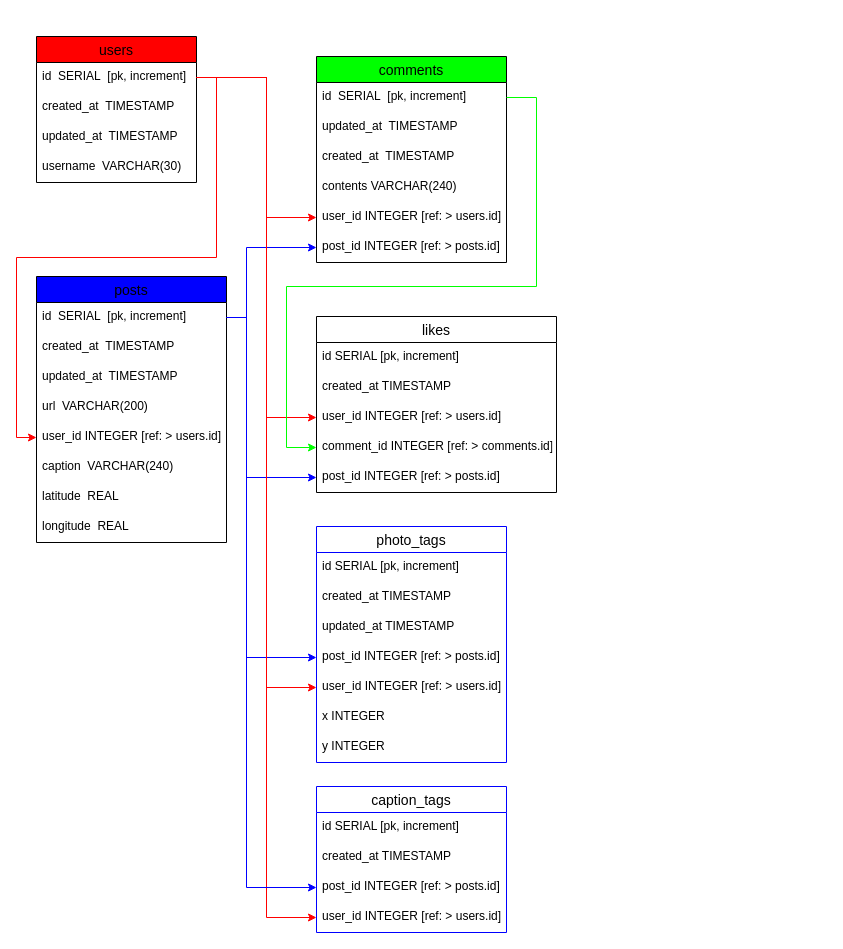
The draw.io diagram DB INSTA.drawio in louissaadgo/database-schema, before the edit. Source tidied: cells renumbered, new cells numbered last; positions are measured from the earlier drawing's top-left corner, leaving out a move shared by most shapes. Both pictures are drawn from the tidied source at 100%, with x=0, y=0 at pixel (36, 36).
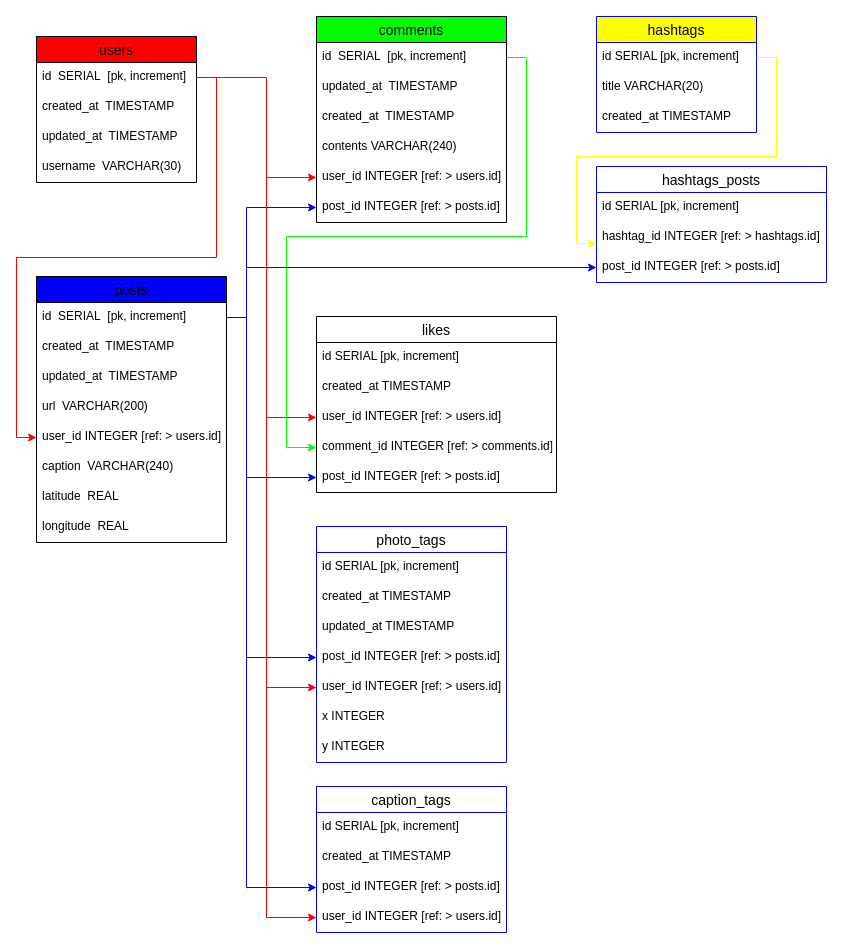
After the change.

Commit message:
added hashtags functionality

Unchanged cells that the change refers to:
```xml
<mxCell id="3" value="id  SERIAL  [pk, increment]" style="text;strokeColor=none;fillColor=none;spacingLeft=4;spacingRight=4;overflow=hidden;points=[[0,0.5],[1,0.5]];portConstraint=eastwest;fontSize=12;" parent="2" vertex="1">
  <mxGeometry y="26" width="160" height="30" as="geometry" />
</mxCell>
<mxCell id="8" value="id  SERIAL  [pk, increment]" style="text;strokeColor=none;fillColor=none;spacingLeft=4;spacingRight=4;overflow=hidden;points=[[0,0.5],[1,0.5]];portConstraint=eastwest;fontSize=12;" parent="7" vertex="1">
  <mxGeometry y="26" width="190" height="30" as="geometry" />
</mxCell>
<mxCell id="17" value="id  SERIAL  [pk, increment]" style="text;strokeColor=none;fillColor=none;spacingLeft=4;spacingRight=4;overflow=hidden;points=[[0,0.5],[1,0.5]];portConstraint=eastwest;fontSize=12;" parent="16" vertex="1">
  <mxGeometry y="26" width="190" height="30" as="geometry" />
</mxCell>
<mxCell id="21" value="user_id INTEGER [ref: &gt; users.id]" style="text;strokeColor=none;fillColor=none;spacingLeft=4;spacingRight=4;overflow=hidden;points=[[0,0.5],[1,0.5]];portConstraint=eastwest;fontSize=12;" parent="16" vertex="1">
  <mxGeometry y="146" width="190" height="30" as="geometry" />
</mxCell>
<mxCell id="22" value="post_id INTEGER [ref: &gt; posts.id]" style="text;strokeColor=none;fillColor=none;spacingLeft=4;spacingRight=4;overflow=hidden;points=[[0,0.5],[1,0.5]];portConstraint=eastwest;fontSize=12;" parent="16" vertex="1">
  <mxGeometry y="176" width="190" height="30" as="geometry" />
</mxCell>
<mxCell id="29" value="comment_id INTEGER [ref: &gt; comments.id]" style="text;strokeColor=none;fillColor=none;spacingLeft=4;spacingRight=4;overflow=hidden;points=[[0,0.5],[1,0.5]];portConstraint=eastwest;fontSize=12;" parent="25" vertex="1">
  <mxGeometry y="116" width="240" height="30" as="geometry" />
</mxCell>
```

Diff of the diagram source:
```diff
@@
     <mxCell id="16" value="comments" style="swimlane;fontStyle=0;horizontal=1;startSize=26;align=center;fontSize=14;fillColor=#00FF00;" parent="1" vertex="1">
-      <mxGeometry x="280" y="20" width="190" height="206" as="geometry" />
+      <mxGeometry x="280" y="-20" width="190" height="206" as="geometry" />
     </mxCell>
@@
     <mxCell id="23" style="edgeStyle=orthogonalEdgeStyle;rounded=0;jettySize=auto;html=1;entryX=0;entryY=0.5;entryDx=0;entryDy=0;strokeColor=#FF0000;" parent="1" edge="1" source="3" target="21">
       <mxGeometry relative="1" as="geometry">
         <Array as="points">
           <mxPoint x="230" y="41" />
-          <mxPoint x="230" y="181" />
+          <mxPoint x="230" y="141" />
         </Array>
       </mxGeometry>
     </mxCell>
     <mxCell id="24" style="edgeStyle=orthogonalEdgeStyle;rounded=0;jettySize=auto;html=1;entryX=0;entryY=0.5;entryDx=0;entryDy=0;strokeColor=#0000FF;" parent="1" edge="1" source="8" target="22">
       <mxGeometry relative="1" as="geometry">
         <Array as="points">
           <mxPoint x="210" y="281" />
-          <mxPoint x="210" y="211" />
+          <mxPoint x="210" y="171" />
         </Array>
       </mxGeometry>
     </mxCell>
@@
-    <mxCell id="32" style="edgeStyle=orthogonalEdgeStyle;rounded=0;jettySize=auto;html=1;entryX=0;entryY=0.5;entryDx=0;entryDy=0;strokeColor=#00FF00;" parent="1" edge="1" source="17" target="29">
+    <mxCell id="32" style="edgeStyle=orthogonalEdgeStyle;rounded=0;jettySize=auto;html=1;entryX=0;entryY=0.5;entryDx=0;entryDy=0;strokeColor=#00FF00;exitX=1;exitY=0.5;exitDx=0;exitDy=0;" parent="1" edge="1" source="17" target="29">
       <mxGeometry relative="1" as="geometry">
         <Array as="points">
-          <mxPoint x="500" y="61" />
-          <mxPoint x="500" y="250" />
-          <mxPoint x="250" y="250" />
+          <mxPoint x="490" y="21" />
+          <mxPoint x="490" y="200" />
+          <mxPoint x="250" y="200" />
           <mxPoint x="250" y="411" />
         </Array>
       </mxGeometry>
     </mxCell>
@@
+    <mxCell id="52" value="hashtags" style="swimlane;fontStyle=0;horizontal=1;startSize=26;align=center;fontSize=14;strokeColor=#0000FF;fillColor=#FFFF00;" parent="1" vertex="1">
+      <mxGeometry x="560" y="-20" width="160" height="116" as="geometry" />
+    </mxCell>
+    <mxCell id="53" value="id SERIAL [pk, increment]" style="text;strokeColor=none;fillColor=none;spacingLeft=4;spacingRight=4;overflow=hidden;points=[[0,0.5],[1,0.5]];portConstraint=eastwest;fontSize=12;" parent="52" vertex="1">
+      <mxGeometry y="26" width="160" height="30" as="geometry" />
+    </mxCell>
+    <mxCell id="54" value="title VARCHAR(20)" style="text;strokeColor=none;fillColor=none;spacingLeft=4;spacingRight=4;overflow=hidden;fontSize=12;" parent="52" vertex="1">
+      <mxGeometry y="56" width="160" height="30" as="geometry" />
+    </mxCell>
+    <mxCell id="55" value="created_at TIMESTAMP" style="text;strokeColor=none;fillColor=none;spacingLeft=4;spacingRight=4;overflow=hidden;fontSize=12;" parent="52" vertex="1">
+      <mxGeometry y="86" width="160" height="30" as="geometry" />
+    </mxCell>
+    <mxCell id="56" value="hashtags_posts" style="swimlane;fontStyle=0;horizontal=1;startSize=26;align=center;fontSize=14;strokeColor=#0000FF;fillColor=#FFFFFF;" parent="1" vertex="1">
+      <mxGeometry x="560" y="130" width="230" height="116" as="geometry" />
+    </mxCell>
+    <mxCell id="57" value="id SERIAL [pk, increment]" style="text;strokeColor=none;fillColor=none;spacingLeft=4;spacingRight=4;overflow=hidden;fontSize=12;" parent="56" vertex="1">
+      <mxGeometry y="26" width="230" height="30" as="geometry" />
+    </mxCell>
+    <mxCell id="58" value="hashtag_id INTEGER [ref: &gt; hashtags.id]" style="text;strokeColor=none;fillColor=none;spacingLeft=4;spacingRight=4;overflow=hidden;fontSize=12;" parent="56" vertex="1">
+      <mxGeometry y="56" width="230" height="30" as="geometry" />
+    </mxCell>
+    <mxCell id="59" value="post_id INTEGER [ref: &gt; posts.id]" style="text;strokeColor=none;fillColor=none;spacingLeft=4;spacingRight=4;overflow=hidden;points=[[0,0.5],[1,0.5]];portConstraint=eastwest;fontSize=12;" parent="56" vertex="1">
+      <mxGeometry y="86" width="230" height="30" as="geometry" />
+    </mxCell>
+    <mxCell id="60" style="edgeStyle=orthogonalEdgeStyle;rounded=0;jettySize=auto;html=1;entryX=0;entryY=-0.3;entryDx=0;entryDy=0;entryPerimeter=0;strokeColor=#FFFF00;fillColor=#FF0000;" parent="1" edge="1" source="53" target="59">
+      <mxGeometry relative="1" as="geometry">
+        <Array as="points">
+          <mxPoint x="740" y="21" />
+          <mxPoint x="740" y="120" />
+          <mxPoint x="540" y="120" />
+          <mxPoint x="540" y="207" />
+        </Array>
+      </mxGeometry>
+    </mxCell>
+    <mxCell id="61" style="edgeStyle=orthogonalEdgeStyle;rounded=0;jettySize=auto;html=1;entryX=0;entryY=0.5;entryDx=0;entryDy=0;strokeColor=#0000FF;fillColor=#FF0000;" parent="1" edge="1" source="8" target="59">
+      <mxGeometry relative="1" as="geometry">
+        <Array as="points">
+          <mxPoint x="210" y="281" />
+          <mxPoint x="210" y="231" />
+        </Array>
+      </mxGeometry>
+    </mxCell>
```
